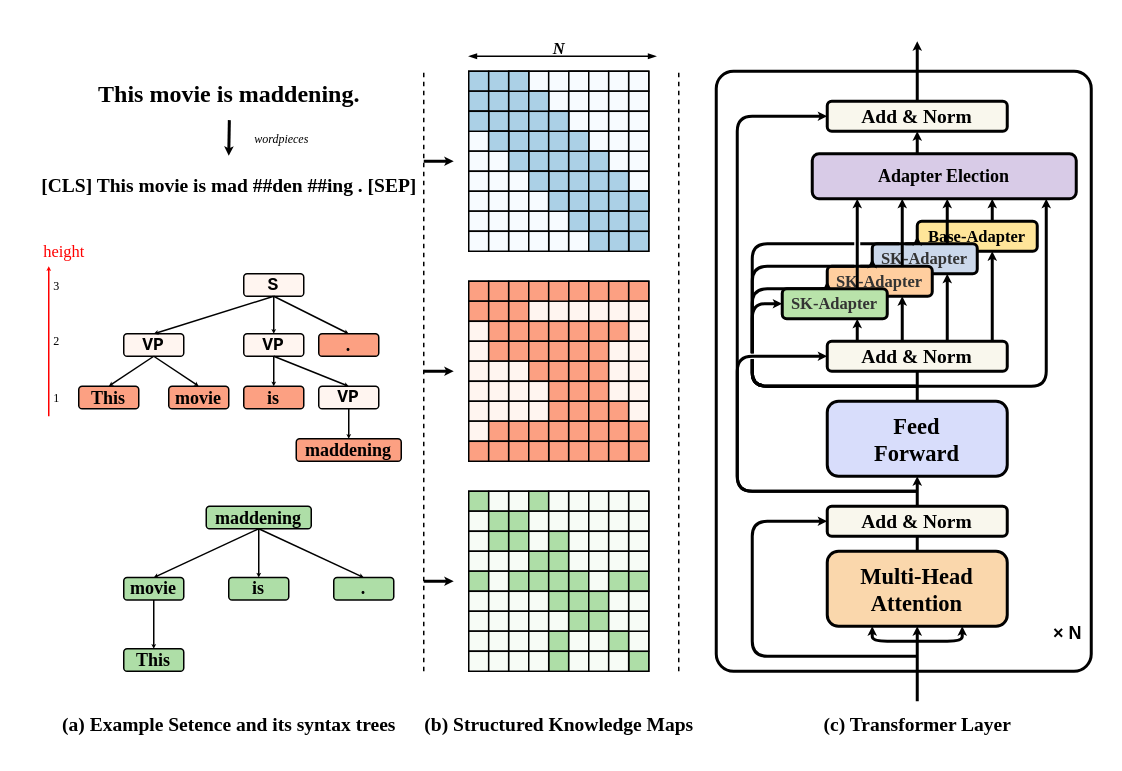
The draw.io diagram 未命名绘图.drawio in Wiselnn570/dialogue-system, before the edit. Source tidied: cells renumbered, new cells numbered last; positions are measured from the earlier drawing's top-left corner, leaving out a move shared by most shapes. Both pictures are drawn from the tidied source at 150%, with x=0, y=0 at pixel (26, 26).
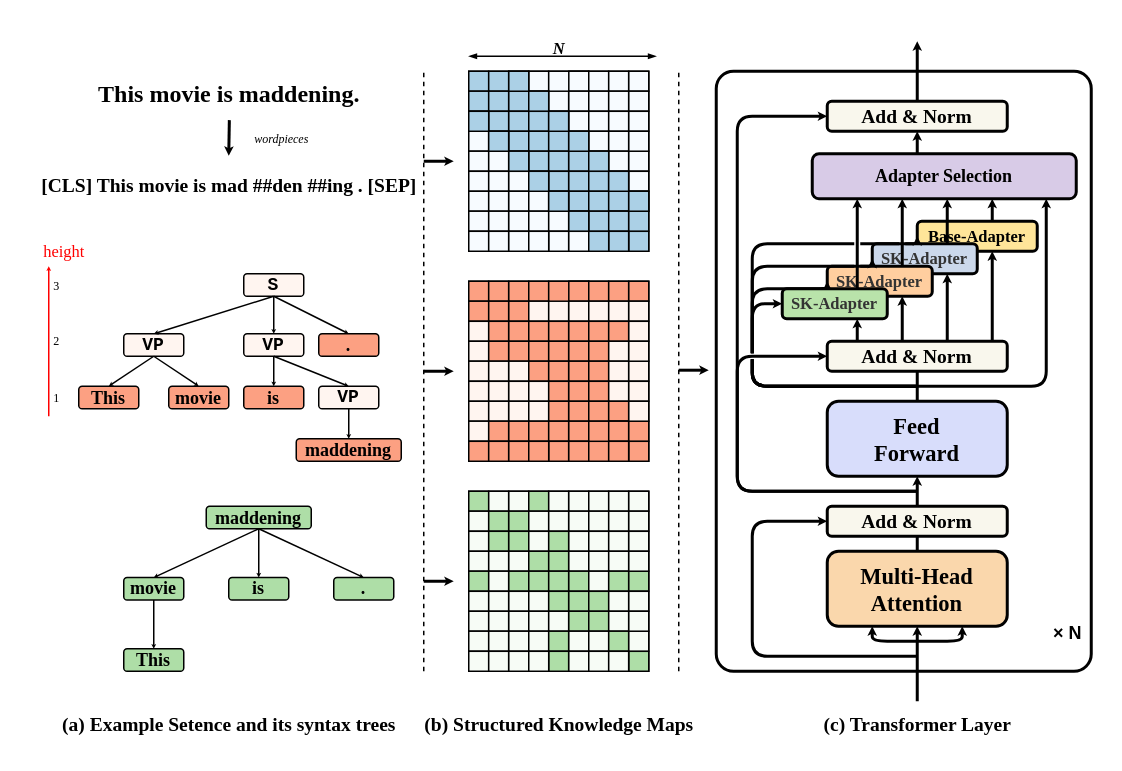
Above is the later version.

Commit message:
更新未命名绘图.drawio

Diff of the diagram source:
```diff
@@
-    <mxCell id="22" value="&lt;b&gt;Adapter Election&lt;/b&gt;" style="rounded=1;whiteSpace=wrap;html=1;fillStyle=auto;strokeColor=#000000;strokeWidth=2;fontFamily=Times New Roman;fillColor=#D8CBE7;gradientDirection=north;" parent="1" vertex="1">
+    <mxCell id="22" value="&lt;b&gt;Adapter Selection&lt;/b&gt;" style="rounded=1;whiteSpace=wrap;html=1;fillStyle=auto;strokeColor=#000000;strokeWidth=2;fontFamily=Times New Roman;fillColor=#D8CBE7;gradientDirection=north;" parent="1" vertex="1">
       <mxGeometry x="524" y="85" width="176" height="30" as="geometry" />
     </mxCell>
@@
+    <mxCell id="343" style="elbow=vertical;strokeWidth=2;endArrow=classic;endFill=0;fontStyle=1;strokeColor=#000000;endSize=0;startSize=4;" parent="1" edge="1">
+      <mxGeometry x="363" y="404.3" as="geometry">
+        <mxPoint x="435" y="229.3" as="sourcePoint" />
+        <mxPoint x="455" y="229.3" as="targetPoint" />
+      </mxGeometry>
+    </mxCell>
```
